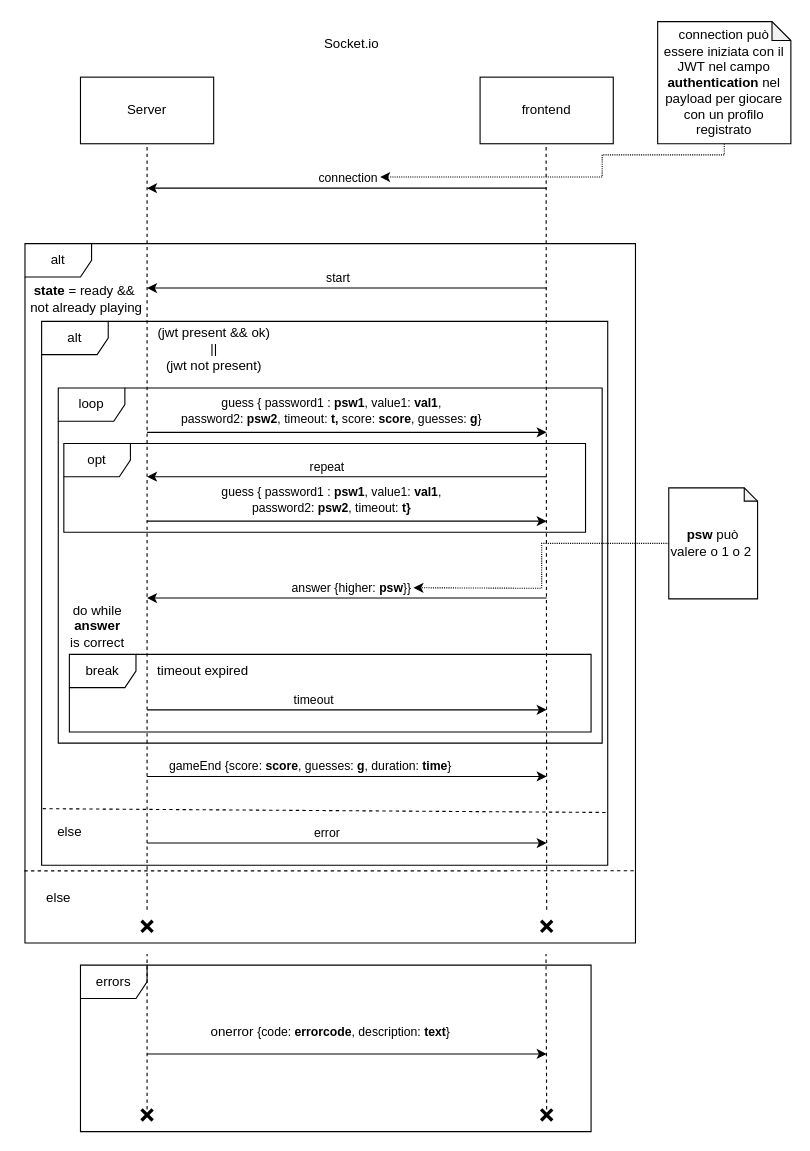
The draw.io diagram docs/socket.drawio in ldeluigi/higher-lower-pwned, before the edit. Source tidied: cells renumbered, new cells numbered last; positions are measured from the earlier drawing's top-left corner, leaving out a move shared by most shapes. Both pictures are drawn from the tidied source at 111%, with x=0, y=0 at pixel (19, 21).
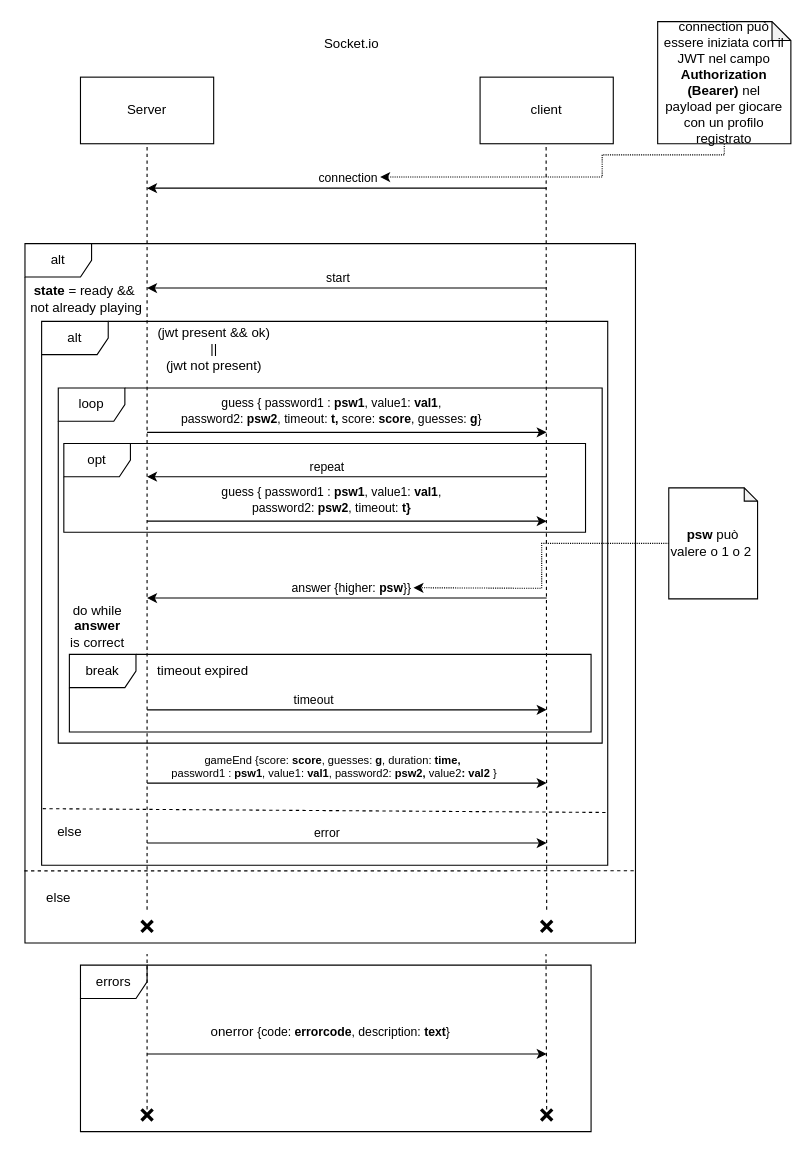
The same page after the edit.

What changed in the source:
```diff
@@
-    <mxCell id="10" value="frontend" style="rounded=0;whiteSpace=wrap;html=1;" parent="1" vertex="1">
+    <mxCell id="10" value="client" style="rounded=0;whiteSpace=wrap;html=1;" parent="1" vertex="1">
       <mxGeometry x="415" y="50" width="120" height="60" as="geometry" />
     </mxCell>
@@
-    <mxCell id="22" value="connection può essere iniziata con il JWT nel campo &lt;b&gt;authentication &lt;/b&gt;nel payload&lt;b&gt;&amp;nbsp;&lt;/b&gt;per giocare con un profilo registrato" style="shape=note;whiteSpace=wrap;html=1;backgroundOutline=1;darkOpacity=0.05;size=17;" parent="1" vertex="1">
+    <mxCell id="22" value="connection può essere iniziata con il JWT nel campo &lt;b&gt;Authorization (Bearer)&amp;nbsp;&lt;/b&gt;nel payload&lt;b&gt;&amp;nbsp;&lt;/b&gt;per giocare con un profilo registrato" style="shape=note;whiteSpace=wrap;html=1;backgroundOutline=1;darkOpacity=0.05;size=17;" parent="1" vertex="1">
       <mxGeometry x="575" width="120" height="110" as="geometry" />
     </mxCell>
@@
     <mxCell id="33" style="endArrow=classic;html=1;" parent="1" edge="1">
       <mxGeometry relative="1" as="geometry">
-        <mxPoint x="115" y="680" as="sourcePoint" />
-        <mxPoint x="475" y="680" as="targetPoint" />
+        <mxPoint x="115" y="686" as="sourcePoint" />
+        <mxPoint x="475" y="686" as="targetPoint" />
       </mxGeometry>
     </mxCell>
-    <mxCell id="34" value="gameEnd {score:&amp;nbsp;&lt;b&gt;score&lt;/b&gt;, guesses:&amp;nbsp;&lt;b&gt;g&lt;/b&gt;, duration: &lt;b&gt;time&lt;/b&gt;}" style="edgeLabel;html=1;align=center;verticalAlign=middle;" parent="33" vertex="1">
+    <mxCell id="34" value="gameEnd {score:&amp;nbsp;&lt;b style=&quot;font-size: 10px&quot;&gt;score&lt;/b&gt;, guesses:&amp;nbsp;&lt;b style=&quot;font-size: 10px&quot;&gt;g&lt;/b&gt;, duration: &lt;b style=&quot;font-size: 10px&quot;&gt;time,&lt;br&gt;&amp;nbsp;&lt;/b&gt;password1 :&amp;nbsp;&lt;b style=&quot;font-size: 10px&quot;&gt;psw1&lt;/b&gt;, value1:&amp;nbsp;&lt;b style=&quot;font-size: 10px&quot;&gt;val1&lt;/b&gt;,&amp;nbsp;password2:&amp;nbsp;&lt;b style=&quot;font-size: 10px&quot;&gt;psw2, &lt;/b&gt;&lt;span style=&quot;font-size: 10px&quot;&gt;value2&lt;/span&gt;&lt;b style=&quot;font-size: 10px&quot;&gt;: val2&amp;nbsp;&lt;/b&gt;}" style="edgeLabel;html=1;align=center;verticalAlign=middle;fontSize=10;" parent="33" vertex="1">
       <mxGeometry x="-0.19" relative="1" as="geometry">
-        <mxPoint y="-10" as="offset" />
+        <mxPoint x="20" y="-16" as="offset" />
       </mxGeometry>
     </mxCell>
```
